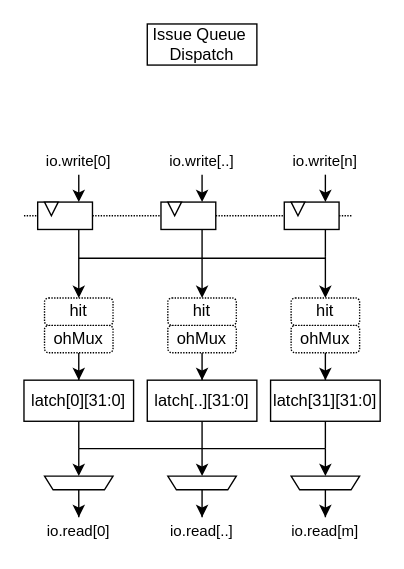
Above: page "asic" (16 of 16) of source/asset/miaou.drawio in SpinalHDL/NaxRiscv-Rtd (draw.io), before the change. Source tidied: cells renumbered, new cells numbered last; positions are measured from the earlier drawing's top-left corner, leaving out a move shared by most shapes. Both pictures are drawn from the tidied source at 137%, with x=0, y=0 at pixel (23, 23).
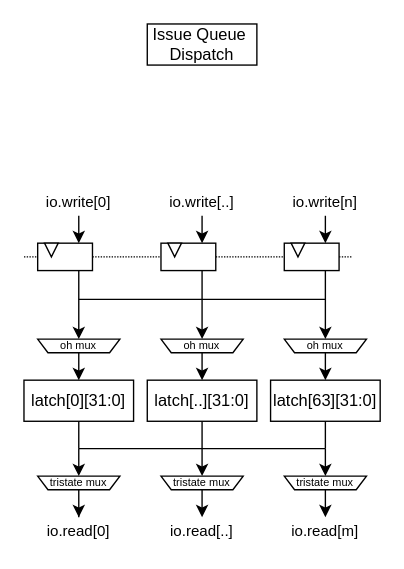
The same diagram, later.

Unchanged cells that the change refers to:
```xml
<mxCell id="4" style="rounded=0;whiteSpace=wrap;html=1;" parent="3" vertex="1">
  <mxGeometry width="40" height="20" as="geometry" />
</mxCell>
<mxCell id="13" style="rounded=0;whiteSpace=wrap;html=1;" parent="12" vertex="1">
  <mxGeometry width="40" height="20" as="geometry" />
</mxCell>
<mxCell id="19" style="rounded=0;whiteSpace=wrap;html=1;" parent="18" vertex="1">
  <mxGeometry width="40" height="20" as="geometry" />
</mxCell>
<mxCell id="24" value="latch[0][31:0]" style="rounded=0;whiteSpace=wrap;html=1;" parent="1" vertex="1">
  <mxGeometry y="260" width="80" height="30" as="geometry" />
</mxCell>
<mxCell id="29" value="latch[..][31:0]" style="rounded=0;whiteSpace=wrap;html=1;" parent="1" vertex="1">
  <mxGeometry x="90" y="260" width="80" height="30" as="geometry" />
</mxCell>
<mxCell id="46" value="io.read[..]" style="text;html=1;strokeColor=none;fillColor=none;align=center;verticalAlign=middle;whiteSpace=wrap;rounded=0;dashed=1;dashPattern=1 1;labelBackgroundColor=none;fontSize=11;" parent="1" vertex="1">
  <mxGeometry x="95" y="360" width="70" height="20" as="geometry" />
</mxCell>
<mxCell id="50" value="io.read[m]" style="text;html=1;strokeColor=none;fillColor=none;align=center;verticalAlign=middle;whiteSpace=wrap;rounded=0;dashed=1;dashPattern=1 1;labelBackgroundColor=none;fontSize=11;" parent="1" vertex="1">
  <mxGeometry x="185" y="360" width="70" height="20" as="geometry" />
</mxCell>
```

The edit, as a diff of the source:
```diff
@@
     <mxCell id="2" style="endArrow=none;html=1;rounded=0;dashed=1;dashPattern=1 1;" parent="1" edge="1">
       <mxGeometry relative="1" as="geometry">
-        <mxPoint y="140" as="sourcePoint" />
-        <mxPoint x="240" y="140" as="targetPoint" />
+        <mxPoint y="170" as="sourcePoint" />
+        <mxPoint x="240" y="170" as="targetPoint" />
       </mxGeometry>
     </mxCell>
     <mxCell id="3" style="group;" parent="1" vertex="1">
-      <mxGeometry x="10" y="130" width="40" height="20" as="geometry" />
+      <mxGeometry x="10" y="160" width="40" height="20" as="geometry" />
     </mxCell>
@@
     <mxCell id="6" value="io.write[0]" style="text;html=1;strokeColor=none;fillColor=none;align=center;verticalAlign=middle;whiteSpace=wrap;rounded=0;dashed=1;dashPattern=1 1;labelBackgroundColor=none;fontSize=11;" parent="1" vertex="1">
-      <mxGeometry x="5" y="90" width="70" height="20" as="geometry" />
+      <mxGeometry x="5" y="120" width="70" height="20" as="geometry" />
     </mxCell>
     <mxCell id="7" style="edgeStyle=orthogonalEdgeStyle;rounded=0;jettySize=auto;html=1;fontSize=12;startArrow=none;startFill=0;endArrow=classic;endFill=1;entryX=0.75;entryY=0;entryDx=0;entryDy=0;" parent="1" edge="1" target="4">
       <mxGeometry relative="1" as="geometry">
-        <mxPoint x="40" y="110" as="sourcePoint" />
+        <mxPoint x="40" y="140" as="sourcePoint" />
       </mxGeometry>
     </mxCell>
     <mxCell id="8" style="edgeStyle=orthogonalEdgeStyle;rounded=0;jettySize=auto;html=1;fontSize=12;startArrow=none;startFill=0;endArrow=none;endFill=0;entryX=0.5;entryY=0;entryDx=0;entryDy=0;exitX=0.75;exitY=1;exitDx=0;exitDy=0;" parent="1" edge="1" source="4">
       <mxGeometry relative="1" as="geometry">
-        <mxPoint x="40" y="170" as="targetPoint" />
+        <mxPoint x="40" y="200" as="targetPoint" />
       </mxGeometry>
     </mxCell>
@@
-    <mxCell id="10" style="edgeStyle=orthogonalEdgeStyle;rounded=0;jettySize=auto;html=1;entryX=0.5;entryY=0;entryDx=0;entryDy=0;" parent="1" edge="1" source="11" target="24">
-      <mxGeometry relative="1" as="geometry" />
+    <mxCell id="10" style="edgeStyle=orthogonalEdgeStyle;rounded=0;jettySize=auto;html=1;entryX=0.5;entryY=0;entryDx=0;entryDy=0;" parent="1" edge="1" target="24">
+      <mxGeometry relative="1" as="geometry">
+        <mxPoint x="40" y="240" as="sourcePoint" />
+      </mxGeometry>
     </mxCell>
-    <mxCell id="11" value="&lt;span style=&quot;font-size: 12px&quot;&gt;ohMux&lt;/span&gt;" style="rounded=1;whiteSpace=wrap;html=1;fontSize=8;strokeWidth=1;dashed=1;dashPattern=1 1;" parent="1" vertex="1">
-      <mxGeometry x="15" y="220" width="50" height="20" as="geometry" />
-    </mxCell>
     <mxCell id="12" style="group;" parent="1" vertex="1">
-      <mxGeometry x="100" y="130" width="40" height="20" as="geometry" />
+      <mxGeometry x="100" y="160" width="40" height="20" as="geometry" />
     </mxCell>
@@
     <mxCell id="15" value="io.write[..]" style="text;html=1;strokeColor=none;fillColor=none;align=center;verticalAlign=middle;whiteSpace=wrap;rounded=0;dashed=1;dashPattern=1 1;labelBackgroundColor=none;fontSize=11;" parent="1" vertex="1">
-      <mxGeometry x="95" y="90" width="70" height="20" as="geometry" />
+      <mxGeometry x="95" y="120" width="70" height="20" as="geometry" />
     </mxCell>
     <mxCell id="16" style="edgeStyle=orthogonalEdgeStyle;rounded=0;jettySize=auto;html=1;fontSize=12;startArrow=none;startFill=0;endArrow=classic;endFill=1;entryX=0.75;entryY=0;entryDx=0;entryDy=0;" parent="1" edge="1" target="13">
       <mxGeometry relative="1" as="geometry">
-        <mxPoint x="130" y="110" as="sourcePoint" />
+        <mxPoint x="130" y="140" as="sourcePoint" />
       </mxGeometry>
     </mxCell>
     <mxCell id="17" style="edgeStyle=orthogonalEdgeStyle;rounded=0;jettySize=auto;html=1;fontSize=12;startArrow=none;startFill=0;endArrow=none;endFill=0;entryX=0.5;entryY=0;entryDx=0;entryDy=0;exitX=0.75;exitY=1;exitDx=0;exitDy=0;" parent="1" edge="1" source="13">
       <mxGeometry relative="1" as="geometry">
-        <mxPoint x="130" y="170" as="targetPoint" />
+        <mxPoint x="130" y="200" as="targetPoint" />
       </mxGeometry>
     </mxCell>
     <mxCell id="18" style="group;" parent="1" vertex="1">
-      <mxGeometry x="190" y="130" width="40" height="20" as="geometry" />
+      <mxGeometry x="190" y="160" width="40" height="20" as="geometry" />
     </mxCell>
@@
     <mxCell id="21" value="io.write[n]" style="text;html=1;strokeColor=none;fillColor=none;align=center;verticalAlign=middle;whiteSpace=wrap;rounded=0;dashed=1;dashPattern=1 1;labelBackgroundColor=none;fontSize=11;" parent="1" vertex="1">
-      <mxGeometry x="185" y="90" width="70" height="20" as="geometry" />
+      <mxGeometry x="185" y="120" width="70" height="20" as="geometry" />
     </mxCell>
     <mxCell id="22" style="edgeStyle=orthogonalEdgeStyle;rounded=0;jettySize=auto;html=1;fontSize=12;startArrow=none;startFill=0;endArrow=classic;endFill=1;entryX=0.75;entryY=0;entryDx=0;entryDy=0;" parent="1" edge="1" target="19">
       <mxGeometry relative="1" as="geometry">
-        <mxPoint x="220" y="110" as="sourcePoint" />
+        <mxPoint x="220" y="140" as="sourcePoint" />
       </mxGeometry>
     </mxCell>
     <mxCell id="23" style="edgeStyle=orthogonalEdgeStyle;rounded=0;jettySize=auto;html=1;fontSize=12;startArrow=none;startFill=0;endArrow=none;endFill=0;entryX=0.5;entryY=0;entryDx=0;entryDy=0;exitX=0.75;exitY=1;exitDx=0;exitDy=0;" parent="1" edge="1" source="19">
       <mxGeometry relative="1" as="geometry">
-        <mxPoint x="220" y="170" as="targetPoint" />
+        <mxPoint x="220" y="200" as="targetPoint" />
       </mxGeometry>
     </mxCell>
@@
-    <mxCell id="25" value="&lt;span style=&quot;font-size: 12px&quot;&gt;hit&lt;/span&gt;" style="rounded=1;whiteSpace=wrap;html=1;fontSize=8;strokeWidth=1;dashed=1;dashPattern=1 1;" parent="1" vertex="1">
-      <mxGeometry x="15" y="200" width="50" height="20" as="geometry" />
-    </mxCell>
     <mxCell id="26" style="edgeStyle=orthogonalEdgeStyle;rounded=0;orthogonalLoop=1;jettySize=auto;html=1;fontSize=12;startArrow=none;startFill=0;endArrow=none;endFill=0;" parent="1" edge="1">
       <mxGeometry relative="1" as="geometry">
-        <mxPoint x="220" y="171" as="sourcePoint" />
-        <mxPoint x="40" y="171" as="targetPoint" />
+        <mxPoint x="220" y="201" as="sourcePoint" />
+        <mxPoint x="40" y="201" as="targetPoint" />
       </mxGeometry>
     </mxCell>
-    <mxCell id="27" style="edgeStyle=orthogonalEdgeStyle;rounded=0;jettySize=auto;html=1;entryX=0.5;entryY=0;entryDx=0;entryDy=0;" parent="1" edge="1" source="28" target="29">
-      <mxGeometry relative="1" as="geometry" />
+    <mxCell id="27" style="edgeStyle=orthogonalEdgeStyle;rounded=0;jettySize=auto;html=1;entryX=0.5;entryY=0;entryDx=0;entryDy=0;" parent="1" edge="1" target="29">
+      <mxGeometry relative="1" as="geometry">
+        <mxPoint x="130" y="240" as="sourcePoint" />
+      </mxGeometry>
     </mxCell>
-    <mxCell id="28" value="&lt;span style=&quot;font-size: 12px&quot;&gt;ohMux&lt;/span&gt;" style="rounded=1;whiteSpace=wrap;html=1;fontSize=8;strokeWidth=1;dashed=1;dashPattern=1 1;" parent="1" vertex="1">
-      <mxGeometry x="105" y="220" width="50" height="20" as="geometry" />
-    </mxCell>
@@
-    <mxCell id="30" value="&lt;span style=&quot;font-size: 12px&quot;&gt;hit&lt;/span&gt;" style="rounded=1;whiteSpace=wrap;html=1;fontSize=8;strokeWidth=1;dashed=1;dashPattern=1 1;" parent="1" vertex="1">
-      <mxGeometry x="105" y="200" width="50" height="20" as="geometry" />
-    </mxCell>
-    <mxCell id="31" style="edgeStyle=orthogonalEdgeStyle;rounded=0;jettySize=auto;html=1;entryX=0.5;entryY=0;entryDx=0;entryDy=0;" parent="1" edge="1" source="32" target="33">
-      <mxGeometry relative="1" as="geometry" />
+    <mxCell id="31" style="edgeStyle=orthogonalEdgeStyle;rounded=0;jettySize=auto;html=1;entryX=0.5;entryY=0;entryDx=0;entryDy=0;" parent="1" edge="1" target="33">
+      <mxGeometry relative="1" as="geometry">
+        <mxPoint x="220" y="240" as="sourcePoint" />
+      </mxGeometry>
     </mxCell>
-    <mxCell id="32" value="&lt;span style=&quot;font-size: 12px&quot;&gt;ohMux&lt;/span&gt;" style="rounded=1;whiteSpace=wrap;html=1;fontSize=8;strokeWidth=1;dashed=1;dashPattern=1 1;" parent="1" vertex="1">
-      <mxGeometry x="195" y="220" width="50" height="20" as="geometry" />
-    </mxCell>
-    <mxCell id="33" value="latch[31][31:0]" style="rounded=0;whiteSpace=wrap;html=1;" parent="1" vertex="1">
+    <mxCell id="33" value="latch[63][31:0]" style="rounded=0;whiteSpace=wrap;html=1;" parent="1" vertex="1">
       <mxGeometry x="180" y="260" width="80" height="30" as="geometry" />
     </mxCell>
-    <mxCell id="34" value="&lt;span style=&quot;font-size: 12px&quot;&gt;hit&lt;/span&gt;" style="rounded=1;whiteSpace=wrap;html=1;fontSize=8;strokeWidth=1;dashed=1;dashPattern=1 1;" parent="1" vertex="1">
-      <mxGeometry x="195" y="200" width="50" height="20" as="geometry" />
-    </mxCell>
-    <mxCell id="35" style="edgeStyle=orthogonalEdgeStyle;rounded=0;jettySize=auto;html=1;fontSize=12;startArrow=none;startFill=0;endArrow=classic;endFill=1;entryX=0.5;entryY=0;entryDx=0;entryDy=0;" parent="1" edge="1" target="25">
+    <mxCell id="35" style="edgeStyle=orthogonalEdgeStyle;rounded=0;orthogonalLoop=1;jettySize=auto;html=1;fontSize=12;startArrow=none;startFill=0;endArrow=classic;endFill=1;entryX=0.5;entryY=0;entryDx=0;entryDy=0;" parent="1" edge="1">
       <mxGeometry relative="1" as="geometry">
-        <mxPoint x="40" y="170" as="sourcePoint" />
+        <mxPoint x="40" y="200" as="sourcePoint" />
+        <mxPoint x="40" y="230" as="targetPoint" />
       </mxGeometry>
     </mxCell>
     <mxCell id="36" style="edgeStyle=orthogonalEdgeStyle;rounded=0;orthogonalLoop=1;jettySize=auto;html=1;fontSize=12;startArrow=none;startFill=0;endArrow=classic;endFill=1;entryX=0.5;entryY=0;entryDx=0;entryDy=0;" parent="1" edge="1">
       <mxGeometry relative="1" as="geometry">
-        <mxPoint x="130" y="170" as="sourcePoint" />
-        <mxPoint x="130" y="200" as="targetPoint" />
+        <mxPoint x="130" y="200" as="sourcePoint" />
+        <mxPoint x="130" y="230" as="targetPoint" />
       </mxGeometry>
     </mxCell>
     <mxCell id="37" style="edgeStyle=orthogonalEdgeStyle;rounded=0;orthogonalLoop=1;jettySize=auto;html=1;fontSize=12;startArrow=none;startFill=0;endArrow=classic;endFill=1;entryX=0.5;entryY=0;entryDx=0;entryDy=0;" parent="1" edge="1">
       <mxGeometry relative="1" as="geometry">
-        <mxPoint x="220" y="170" as="sourcePoint" />
-        <mxPoint x="220" y="200" as="targetPoint" />
+        <mxPoint x="220" y="200" as="sourcePoint" />
+        <mxPoint x="220" y="230" as="targetPoint" />
       </mxGeometry>
     </mxCell>
@@
-    <mxCell id="44" style="verticalLabelPosition=middle;verticalAlign=middle;html=1;shape=trapezoid;perimeter=trapezoidPerimeter;whiteSpace=wrap;size=0.125;arcSize=10;flipV=1;labelPosition=center;align=center;fontSize=8;" parent="1" vertex="1">
-      <mxGeometry x="15" y="330" width="50" height="10" as="geometry" />
+    <mxCell id="44" value="tristate mux" style="verticalLabelPosition=middle;verticalAlign=middle;html=1;shape=trapezoid;perimeter=trapezoidPerimeter;whiteSpace=wrap;size=0.125;arcSize=10;flipV=1;labelPosition=center;align=center;fontSize=8;" parent="1" vertex="1">
+      <mxGeometry x="10" y="330" width="60" height="10" as="geometry" />
     </mxCell>
@@
-    <mxCell id="47" style="edgeStyle=orthogonalEdgeStyle;rounded=0;jettySize=auto;html=1;entryX=0.5;entryY=0;entryDx=0;entryDy=0;" parent="1" edge="1" source="48" target="46">
-      <mxGeometry relative="1" as="geometry" />
+    <mxCell id="47" style="edgeStyle=orthogonalEdgeStyle;rounded=0;jettySize=auto;html=1;entryX=0.5;entryY=0;entryDx=0;entryDy=0;" parent="1" edge="1" target="46">
+      <mxGeometry relative="1" as="geometry">
+        <mxPoint x="130" y="340" as="sourcePoint" />
+      </mxGeometry>
     </mxCell>
-    <mxCell id="48" style="verticalLabelPosition=middle;verticalAlign=middle;html=1;shape=trapezoid;perimeter=trapezoidPerimeter;whiteSpace=wrap;size=0.125;arcSize=10;flipV=1;labelPosition=center;align=center;fontSize=8;" parent="1" vertex="1">
-      <mxGeometry x="105" y="330" width="50" height="10" as="geometry" />
-    </mxCell>
-    <mxCell id="49" style="edgeStyle=orthogonalEdgeStyle;rounded=0;jettySize=auto;html=1;fontSize=12;startArrow=none;startFill=0;endArrow=classic;endFill=1;entryX=0.5;entryY=0;entryDx=0;entryDy=0;" parent="1" edge="1" target="48">
+    <mxCell id="49" style="edgeStyle=orthogonalEdgeStyle;rounded=0;orthogonalLoop=1;jettySize=auto;html=1;fontSize=12;startArrow=none;startFill=0;endArrow=classic;endFill=1;entryX=0.5;entryY=0;entryDx=0;entryDy=0;" parent="1" edge="1">
       <mxGeometry relative="1" as="geometry">
         <mxPoint x="130" y="310" as="sourcePoint" />
+        <mxPoint x="130" y="330" as="targetPoint" />
       </mxGeometry>
     </mxCell>
@@
-    <mxCell id="51" style="edgeStyle=orthogonalEdgeStyle;rounded=0;jettySize=auto;html=1;entryX=0.5;entryY=0;entryDx=0;entryDy=0;" parent="1" edge="1" source="52" target="50">
-      <mxGeometry relative="1" as="geometry" />
+    <mxCell id="51" style="edgeStyle=orthogonalEdgeStyle;rounded=0;jettySize=auto;html=1;entryX=0.5;entryY=0;entryDx=0;entryDy=0;" parent="1" edge="1" target="50">
+      <mxGeometry relative="1" as="geometry">
+        <mxPoint x="220" y="340" as="sourcePoint" />
+      </mxGeometry>
     </mxCell>
-    <mxCell id="52" style="verticalLabelPosition=middle;verticalAlign=middle;html=1;shape=trapezoid;perimeter=trapezoidPerimeter;whiteSpace=wrap;size=0.125;arcSize=10;flipV=1;labelPosition=center;align=center;fontSize=8;" parent="1" vertex="1">
-      <mxGeometry x="195" y="330" width="50" height="10" as="geometry" />
-    </mxCell>
-    <mxCell id="53" style="edgeStyle=orthogonalEdgeStyle;rounded=0;jettySize=auto;html=1;fontSize=12;startArrow=none;startFill=0;endArrow=classic;endFill=1;entryX=0.5;entryY=0;entryDx=0;entryDy=0;" parent="1" edge="1" target="52">
+    <mxCell id="53" style="edgeStyle=orthogonalEdgeStyle;rounded=0;orthogonalLoop=1;jettySize=auto;html=1;fontSize=12;startArrow=none;startFill=0;endArrow=classic;endFill=1;entryX=0.5;entryY=0;entryDx=0;entryDy=0;" parent="1" edge="1">
       <mxGeometry relative="1" as="geometry">
         <mxPoint x="220" y="310" as="sourcePoint" />
+        <mxPoint x="220" y="330" as="targetPoint" />
       </mxGeometry>
     </mxCell>
+    <mxCell id="54" value="tristate mux" style="verticalLabelPosition=middle;verticalAlign=middle;html=1;shape=trapezoid;perimeter=trapezoidPerimeter;whiteSpace=wrap;size=0.125;arcSize=10;flipV=1;labelPosition=center;align=center;fontSize=8;" parent="1" vertex="1">
+      <mxGeometry x="100" y="330" width="60" height="10" as="geometry" />
+    </mxCell>
+    <mxCell id="55" value="tristate mux" style="verticalLabelPosition=middle;verticalAlign=middle;html=1;shape=trapezoid;perimeter=trapezoidPerimeter;whiteSpace=wrap;size=0.125;arcSize=10;flipV=1;labelPosition=center;align=center;fontSize=8;" parent="1" vertex="1">
+      <mxGeometry x="190" y="330" width="60" height="10" as="geometry" />
+    </mxCell>
+    <mxCell id="56" value="oh mux" style="verticalLabelPosition=middle;verticalAlign=middle;html=1;shape=trapezoid;perimeter=trapezoidPerimeter;whiteSpace=wrap;size=0.125;arcSize=10;flipV=1;labelPosition=center;align=center;fontSize=8;" parent="1" vertex="1">
+      <mxGeometry x="190" y="230" width="60" height="10" as="geometry" />
+    </mxCell>
+    <mxCell id="57" value="oh mux" style="verticalLabelPosition=middle;verticalAlign=middle;html=1;shape=trapezoid;perimeter=trapezoidPerimeter;whiteSpace=wrap;size=0.125;arcSize=10;flipV=1;labelPosition=center;align=center;fontSize=8;" parent="1" vertex="1">
+      <mxGeometry x="100" y="230" width="60" height="10" as="geometry" />
+    </mxCell>
+    <mxCell id="58" value="oh mux" style="verticalLabelPosition=middle;verticalAlign=middle;html=1;shape=trapezoid;perimeter=trapezoidPerimeter;whiteSpace=wrap;size=0.125;arcSize=10;flipV=1;labelPosition=center;align=center;fontSize=8;" parent="1" vertex="1">
+      <mxGeometry x="10" y="230" width="60" height="10" as="geometry" />
+    </mxCell>
```
